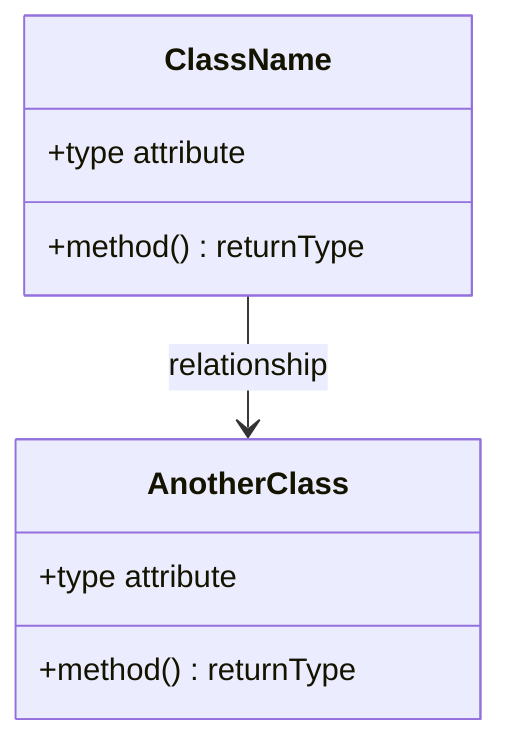
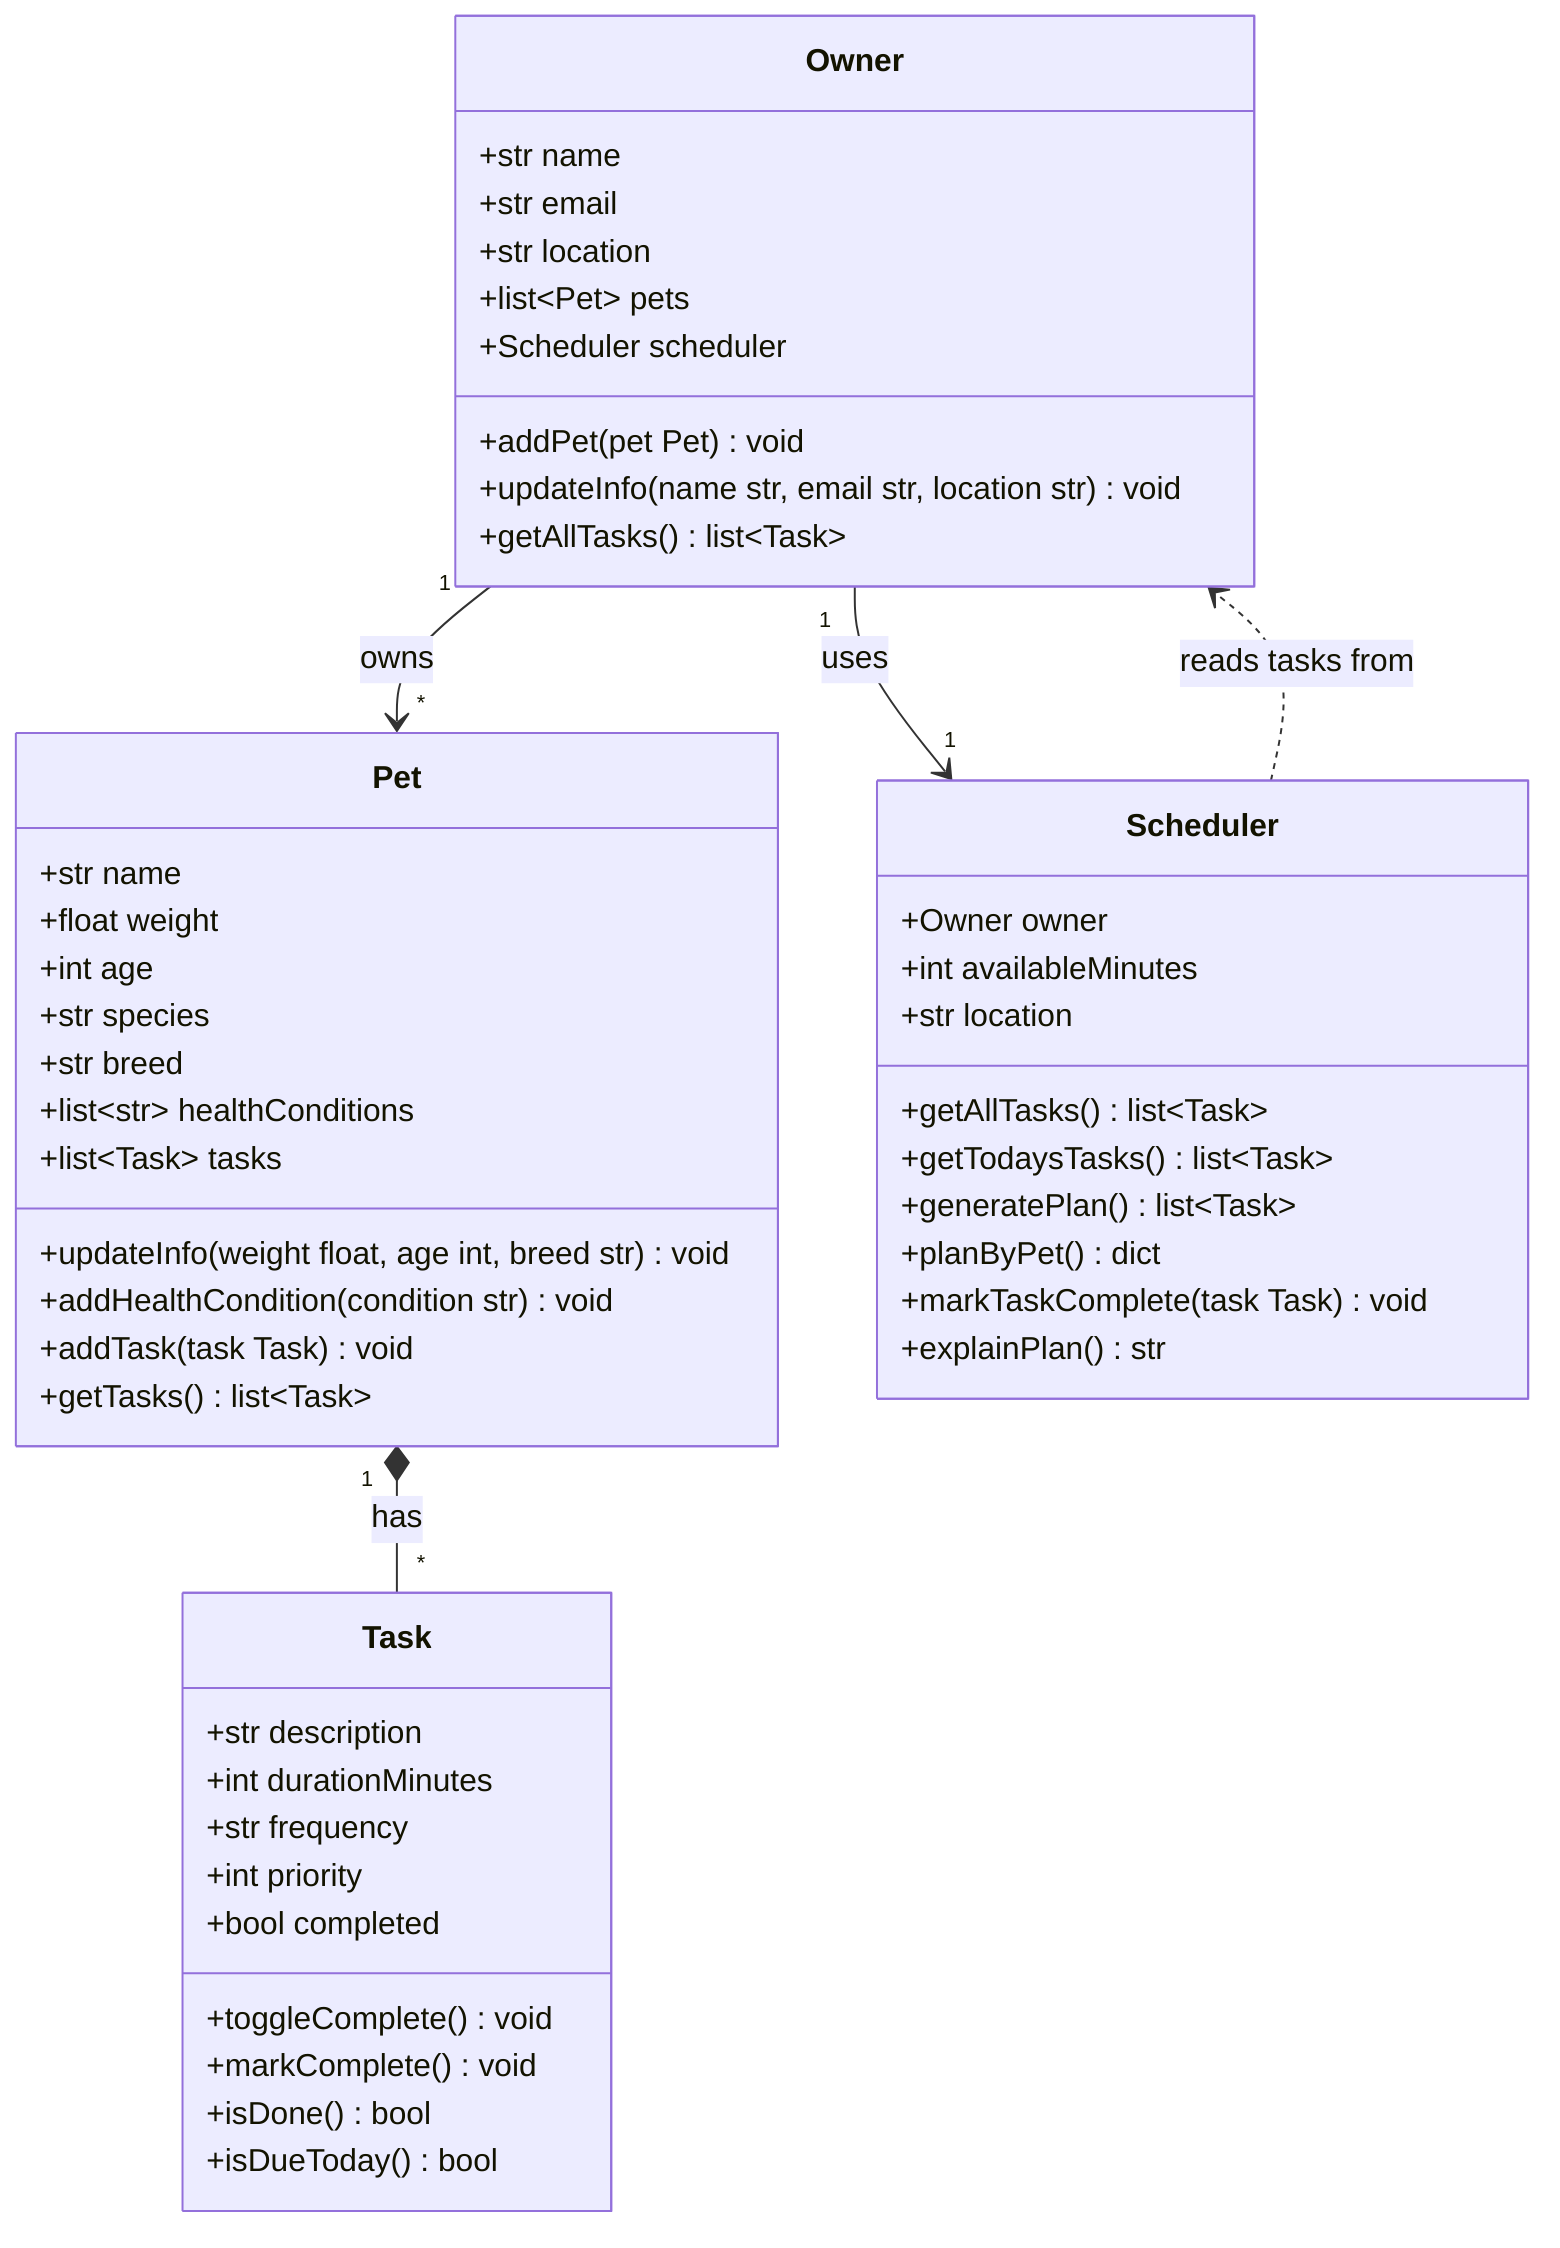
classDiagram
-     %% Replace the placeholders below with your actual classes, attributes, methods, and relationships.
-     %% Keep this file updated so it matches your final implementation.
+     %% PawPal+ class design
+     %% Update this file so it matches your final implementation.

-     class ClassName {
-         +type attribute
-         +method() returnType
+     class Owner {
+         +str name
+         +str email
+         +str location
+         +list~Pet~ pets
+         +Scheduler scheduler
+         +addPet(pet Pet) void
+         +updateInfo(name str, email str, location str) void
+         +getAllTasks() list~Task~
    }

-     class AnotherClass {
-         +type attribute
-         +method() returnType
+     class Pet {
+         +str name
+         +float weight
+         +int age
+         +str species
+         +str breed
+         +list~str~ healthConditions
+         +list~Task~ tasks
+         +updateInfo(weight float, age int, breed str) void
+         +addHealthCondition(condition str) void
+         +addTask(task Task) void
+         +getTasks() list~Task~
    }

-     ClassName --> AnotherClass : relationship
+     class Task {
+         +str description
+         +int durationMinutes
+         +str frequency
+         +int priority
+         +bool completed
+         +toggleComplete() void
+         +markComplete() void
+         +isDone() bool
+         +isDueToday() bool
+     }
+ 
+     class Scheduler {
+         +Owner owner
+         +int availableMinutes
+         +str location
+         +getAllTasks() list~Task~
+         +getTodaysTasks() list~Task~
+         +generatePlan() list~Task~
+         +planByPet() dict
+         +markTaskComplete(task Task) void
+         +explainPlan() str
+     }
+ 
+     Owner "1" --> "*" Pet : owns
+     Owner "1" --> "1" Scheduler : uses
+     Pet "1" *-- "*" Task : has
+     Scheduler ..> Owner : reads tasks from
